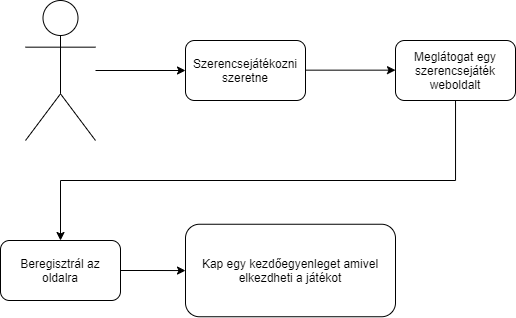
This is Pictures/jelenlegi-uzleti-folyamatok.png from K-SDavid/Team_X_AFP, a draw.io export, as it was before one commit. Source tidied: cells renumbered, new cells last; positions are measured from the earlier drawing's top-left corner, leaving out a move shared by most shapes. Source of this version:
```xml
<mxGraphModel>
  <root>
    <mxCell id="0" />
    <mxCell id="1" parent="0" />
    <mxCell id="2" style="shape=umlActor;verticalLabelPosition=bottom;verticalAlign=top;html=1;outlineConnect=0;" parent="1" vertex="1">
      <mxGeometry x="25" width="70" height="140" as="geometry" />
    </mxCell>
    <mxCell id="3" value="Szerencsejátékozni&lt;br&gt;szeretne" style="rounded=1;whiteSpace=wrap;html=1;" parent="1" vertex="1">
      <mxGeometry x="185" y="40" width="120" height="60" as="geometry" />
    </mxCell>
    <mxCell id="4" style="edgeStyle=orthogonalEdgeStyle;rounded=0;jettySize=auto;html=1;entryX=0.5;entryY=0;entryDx=0;entryDy=0;" parent="1" edge="1" source="5" target="9">
      <mxGeometry relative="1" as="geometry">
        <Array as="points">
          <mxPoint x="455" y="180" />
          <mxPoint x="60" y="180" />
        </Array>
      </mxGeometry>
    </mxCell>
    <mxCell id="5" value="Meglátogat egy szerencsejáték weboldalt" style="rounded=1;whiteSpace=wrap;html=1;" parent="1" vertex="1">
      <mxGeometry x="395" y="40" width="120" height="60" as="geometry" />
    </mxCell>
    <mxCell id="6" style="endArrow=classic;html=1;" parent="1" edge="1" source="2" target="3">
      <mxGeometry relative="1" as="geometry" />
    </mxCell>
    <mxCell id="7" style="endArrow=classic;html=1;" parent="1" edge="1">
      <mxGeometry relative="1" as="geometry">
        <mxPoint x="305" y="69.7" as="sourcePoint" />
        <mxPoint x="395" y="69.7" as="targetPoint" />
      </mxGeometry>
    </mxCell>
    <mxCell id="8" style="edgeStyle=orthogonalEdgeStyle;rounded=0;jettySize=auto;html=1;" parent="1" edge="1" source="9" target="10">
      <mxGeometry relative="1" as="geometry" />
    </mxCell>
    <mxCell id="9" value="Beregisztrál az oldalra" style="rounded=1;whiteSpace=wrap;html=1;" parent="1" vertex="1">
      <mxGeometry y="240" width="120" height="60" as="geometry" />
    </mxCell>
    <mxCell id="10" value="Kap egy kezdőegyenleget amivel elkezdheti a játékot" style="rounded=1;whiteSpace=wrap;html=1;" parent="1" vertex="1">
      <mxGeometry x="185" y="223.8" width="210" height="92.5" as="geometry" />
    </mxCell>
  </root>
</mxGraphModel>
```
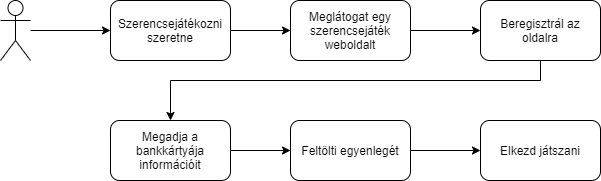
After the commit.

The edit, as a diff of the source:
```diff
@@ -2,40 +2,49 @@
   <root>
     <mxCell id="0" />
     <mxCell id="1" parent="0" />
-    <mxCell id="2" style="shape=umlActor;verticalLabelPosition=bottom;verticalAlign=top;html=1;outlineConnect=0;" parent="1" vertex="1">
-      <mxGeometry x="25" width="70" height="140" as="geometry" />
-    </mxCell>
+    <mxCell id="11" style="edgeStyle=orthogonalEdgeStyle;rounded=0;jettySize=auto;html=1;entryX=0;entryY=0.5;entryDx=0;entryDy=0;" parent="1" edge="1" source="12" target="3">
+      <mxGeometry relative="1" as="geometry" />
+    </mxCell>
+    <mxCell id="12" style="shape=umlActor;verticalLabelPosition=bottom;verticalAlign=top;html=1;outlineConnect=0;" parent="1" vertex="1">
+      <mxGeometry x="15" y="10" width="30" height="60" as="geometry" />
+    </mxCell>
+    <mxCell id="13" style="edgeStyle=orthogonalEdgeStyle;rounded=0;jettySize=auto;html=1;" parent="1" edge="1" source="3" target="5">
+      <mxGeometry relative="1" as="geometry" />
+    </mxCell>
-    <mxCell id="3" value="Szerencsejátékozni&lt;br&gt;szeretne" style="rounded=1;whiteSpace=wrap;html=1;" parent="1" vertex="1">
-      <mxGeometry x="185" y="40" width="120" height="60" as="geometry" />
+    <mxCell id="3" value="Szerencsejátékozni szeretne" style="rounded=1;whiteSpace=wrap;html=1;" parent="1" vertex="1">
+      <mxGeometry x="125" y="10" width="120" height="60" as="geometry" />
     </mxCell>
-    <mxCell id="4" style="edgeStyle=orthogonalEdgeStyle;rounded=0;jettySize=auto;html=1;entryX=0.5;entryY=0;entryDx=0;entryDy=0;" parent="1" edge="1" source="5" target="9">
-      <mxGeometry relative="1" as="geometry">
-        <Array as="points">
-          <mxPoint x="455" y="180" />
-          <mxPoint x="60" y="180" />
-        </Array>
-      </mxGeometry>
-    </mxCell>
+    <mxCell id="14" style="edgeStyle=orthogonalEdgeStyle;rounded=0;jettySize=auto;html=1;" parent="1" edge="1" source="5" target="16">
+      <mxGeometry relative="1" as="geometry" />
+    </mxCell>
     <mxCell id="5" value="Meglátogat egy szerencsejáték weboldalt" style="rounded=1;whiteSpace=wrap;html=1;" parent="1" vertex="1">
-      <mxGeometry x="395" y="40" width="120" height="60" as="geometry" />
+      <mxGeometry x="305" y="10" width="120" height="60" as="geometry" />
     </mxCell>
-    <mxCell id="6" style="endArrow=classic;html=1;" parent="1" edge="1" source="2" target="3">
-      <mxGeometry relative="1" as="geometry" />
-    </mxCell>
-    <mxCell id="7" style="endArrow=classic;html=1;" parent="1" edge="1">
-      <mxGeometry relative="1" as="geometry">
-        <mxPoint x="305" y="69.7" as="sourcePoint" />
-        <mxPoint x="395" y="69.7" as="targetPoint" />
-      </mxGeometry>
-    </mxCell>
-    <mxCell id="8" style="edgeStyle=orthogonalEdgeStyle;rounded=0;jettySize=auto;html=1;" parent="1" edge="1" source="9" target="10">
-      <mxGeometry relative="1" as="geometry" />
-    </mxCell>
-    <mxCell id="9" value="Beregisztrál az oldalra" style="rounded=1;whiteSpace=wrap;html=1;" parent="1" vertex="1">
-      <mxGeometry y="240" width="120" height="60" as="geometry" />
-    </mxCell>
-    <mxCell id="10" value="Kap egy kezdőegyenleget amivel elkezdheti a játékot" style="rounded=1;whiteSpace=wrap;html=1;" parent="1" vertex="1">
-      <mxGeometry x="185" y="223.8" width="210" height="92.5" as="geometry" />
-    </mxCell>
+    <mxCell id="15" style="edgeStyle=orthogonalEdgeStyle;rounded=0;jettySize=auto;html=1;entryX=0.5;entryY=0;entryDx=0;entryDy=0;" parent="1" edge="1" source="16" target="18">
+      <mxGeometry relative="1" as="geometry">
+        <Array as="points">
+          <mxPoint x="555" y="90" />
+          <mxPoint x="185" y="90" />
+        </Array>
+      </mxGeometry>
+    </mxCell>
+    <mxCell id="16" value="Beregisztrál az oldalra&lt;span style=&quot;color: rgba(0 , 0 , 0 , 0) ; font-family: monospace ; font-size: 0px&quot;&gt;%3CmxGraphModel%3E%3Croot%3E%3CmxCell%20id%3D%220%22%2F%3E%3CmxCell%20id%3D%221%22%20parent%3D%220%22%2F%3E%3CmxCell%20id%3D%222%22%20value%3D%22Szerencsej%C3%A1t%C3%A9kozni%20szeretne%22%20style%3D%22rounded%3D1%3BwhiteSpace%3Dwrap%3Bhtml%3D1%3B%22%20vertex%3D%221%22%20parent%3D%221%22%3E%3CmxGeometry%20x%3D%22200%22%20y%3D%2280%22%20width%3D%22120%22%20height%3D%2260%22%20as%3D%22geometry%22%2F%3E%3C%2FmxCell%3E%3C%2Froot%3E%3C%2FmxGraphModel%3E&lt;/span&gt;" style="rounded=1;whiteSpace=wrap;html=1;" parent="1" vertex="1">
+      <mxGeometry x="495" y="10" width="120" height="60" as="geometry" />
+    </mxCell>
+    <mxCell id="17" style="edgeStyle=orthogonalEdgeStyle;rounded=0;jettySize=auto;html=1;entryX=0;entryY=0.5;entryDx=0;entryDy=0;" parent="1" edge="1" source="18" target="20">
+      <mxGeometry relative="1" as="geometry" />
+    </mxCell>
+    <mxCell id="18" value="Megadja a bankkártyája információit" style="rounded=1;whiteSpace=wrap;html=1;" parent="1" vertex="1">
+      <mxGeometry x="125" y="130" width="120" height="60" as="geometry" />
+    </mxCell>
+    <mxCell id="19" style="edgeStyle=orthogonalEdgeStyle;rounded=0;jettySize=auto;html=1;entryX=0;entryY=0.5;entryDx=0;entryDy=0;" parent="1" edge="1" source="20" target="21">
+      <mxGeometry relative="1" as="geometry" />
+    </mxCell>
+    <mxCell id="20" value="Feltölti egyenlegét" style="rounded=1;whiteSpace=wrap;html=1;" parent="1" vertex="1">
+      <mxGeometry x="305" y="130" width="120" height="60" as="geometry" />
+    </mxCell>
+    <mxCell id="21" value="Elkezd játszani" style="rounded=1;whiteSpace=wrap;html=1;" parent="1" vertex="1">
+      <mxGeometry x="495" y="130" width="120" height="60" as="geometry" />
+    </mxCell>
   </root>
 </mxGraphModel>
```
